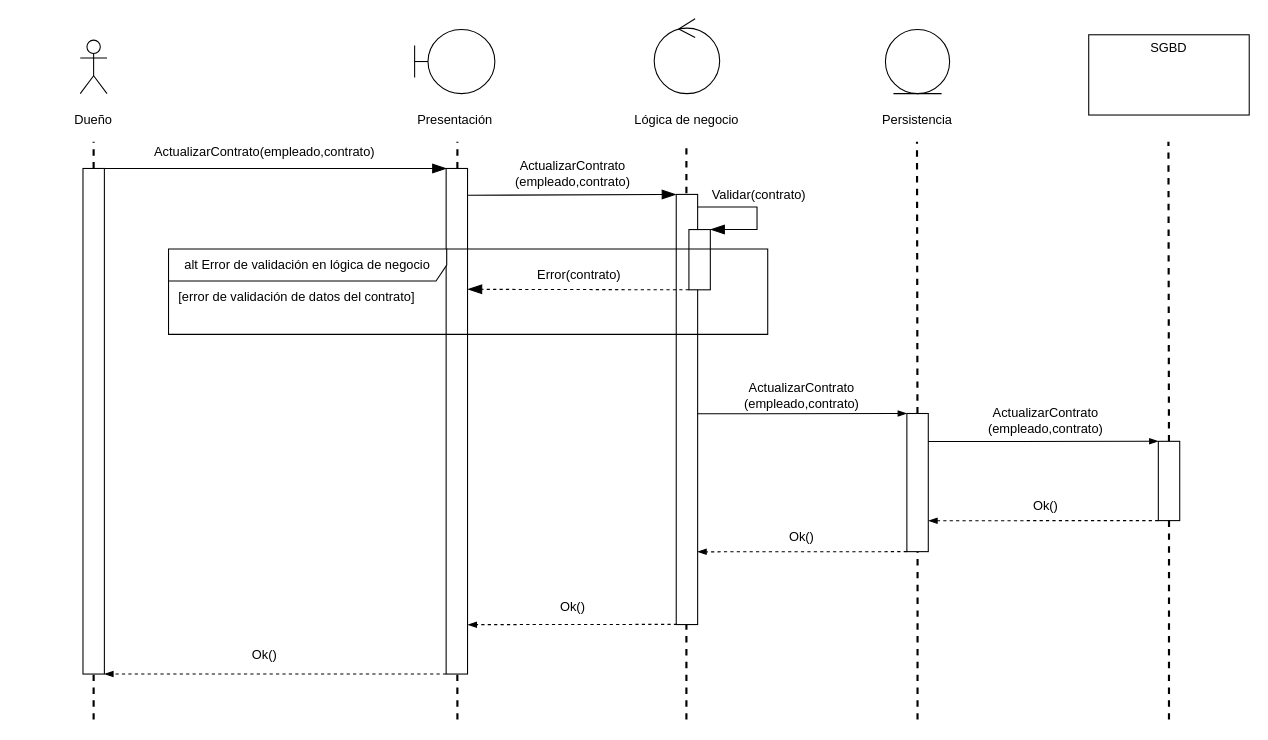
This is diagramas/diagramas de secuencia/ModificarContrato.drawio from felipescalera/Proyecto-IR, a draw.io file, before an edit. Source tidied: cells renumbered, new cells numbered last; positions are measured from the earlier drawing's top-left corner, leaving out a move shared by most shapes. Both pictures are drawn from the tidied source at 107%, with x=0, y=0 at pixel (-159, 18).
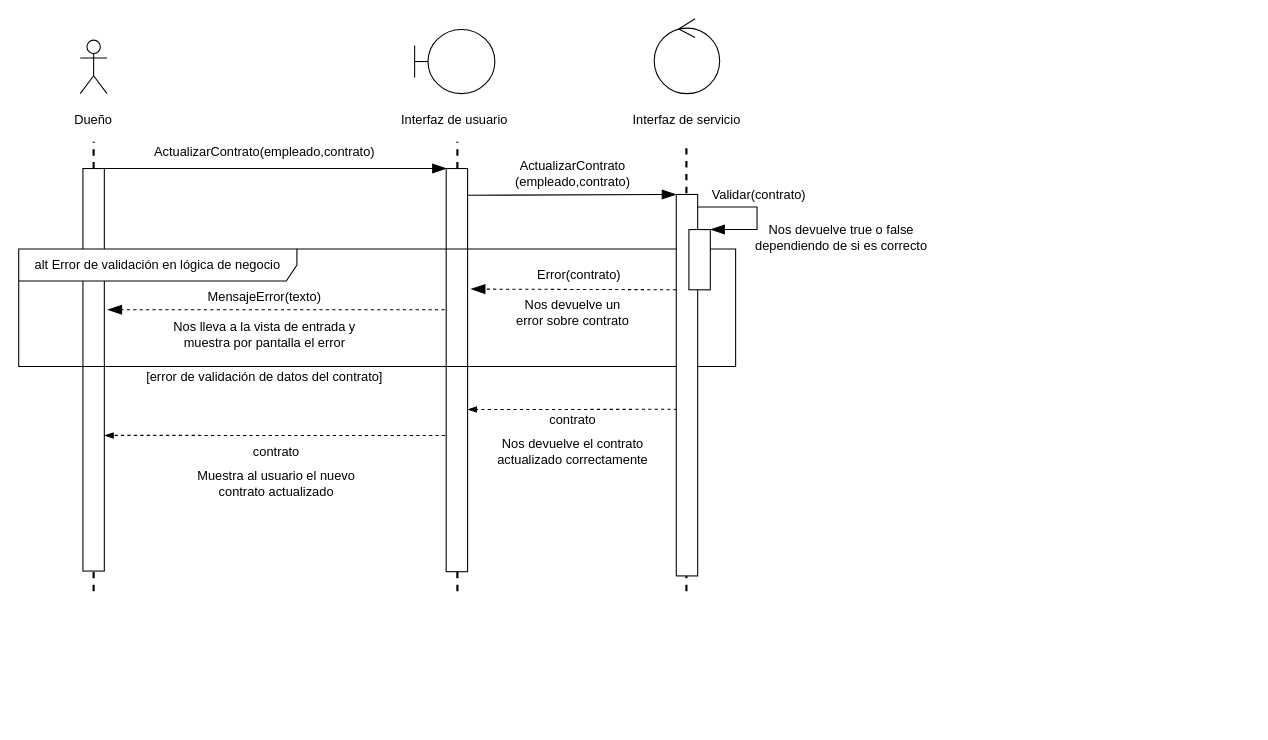
After the change.

Unchanged cells that the change refers to:
```xml
<mxCell id="8" style="group;" parent="1" vertex="1">
  <mxGeometry x="736" width="109" height="105" as="geometry" />
</mxCell>
```

Change to the diagram source:
```diff
@@
-    <mxCell id="2" style="group;" parent="1" vertex="1">
-      <mxGeometry x="1166" y="15" width="150" height="75" as="geometry" />
-    </mxCell>
-    <mxCell id="3" style="rounded=0;whiteSpace=wrap;html=1;fontColor=none;" parent="2" vertex="1">
-      <mxGeometry width="150" height="75" as="geometry" />
-    </mxCell>
-    <mxCell id="4" value="SGBD" style="text;html=1;strokeColor=none;fillColor=none;align=center;verticalAlign=middle;whiteSpace=wrap;rounded=0;fontColor=none;" parent="2" vertex="1">
-      <mxGeometry x="50" width="50" height="25" as="geometry" />
-    </mxCell>
-    <mxCell id="5" style="group;" parent="1" vertex="1">
-      <mxGeometry x="976" y="10" width="60" height="95" as="geometry" />
-    </mxCell>
-    <mxCell id="6" style="ellipse;shape=umlEntity;whiteSpace=wrap;html=1;" parent="5" vertex="1">
-      <mxGeometry width="60" height="60" as="geometry" />
-    </mxCell>
-    <mxCell id="7" value="Persistencia" style="text;html=1;strokeColor=none;fillColor=none;align=center;verticalAlign=middle;whiteSpace=wrap;rounded=0;fontColor=none;" parent="5" vertex="1">
-      <mxGeometry x="10" y="75" width="40" height="20" as="geometry" />
-    </mxCell>
@@
-    <mxCell id="10" value="Lógica de negocio" style="text;html=1;strokeColor=none;fillColor=none;align=center;verticalAlign=middle;whiteSpace=wrap;rounded=0;fontColor=none;" parent="8" vertex="1">
+    <mxCell id="10" value="Interfaz de servicio" style="text;html=1;strokeColor=none;fillColor=none;align=center;verticalAlign=middle;whiteSpace=wrap;rounded=0;fontColor=none;" parent="8" vertex="1">
       <mxGeometry y="85" width="109" height="20" as="geometry" />
     </mxCell>
     <mxCell id="11" style="group;" parent="1" vertex="1">
-      <mxGeometry x="536" y="10" width="75" height="95" as="geometry" />
+      <mxGeometry x="536" y="10" width="120" height="95" as="geometry" />
     </mxCell>
@@
-    <mxCell id="13" value="Presentación" style="text;html=1;strokeColor=none;fillColor=none;align=center;verticalAlign=middle;whiteSpace=wrap;rounded=0;fontColor=none;" parent="11" vertex="1">
-      <mxGeometry x="17.5" y="75" width="40" height="20" as="geometry" />
+    <mxCell id="13" value="Interfaz de usuario" style="text;html=1;strokeColor=none;fillColor=none;align=center;verticalAlign=middle;whiteSpace=wrap;rounded=0;fontColor=none;" parent="11" vertex="1">
+      <mxGeometry x="-13.8" y="75" width="102.5" height="20" as="geometry" />
     </mxCell>
@@
     <mxCell id="15" style="endArrow=none;dashed=1;html=1;fontColor=none;strokeWidth=2;" parent="1" edge="1">
       <mxGeometry relative="1" as="geometry">
-        <mxPoint x="790" y="655" as="sourcePoint" />
+        <mxPoint x="790" y="535" as="sourcePoint" />
         <mxPoint x="790" y="115" as="targetPoint" />
       </mxGeometry>
     </mxCell>
-    <mxCell id="16" style="endArrow=none;dashed=1;html=1;fontColor=none;strokeWidth=2;" parent="1" edge="1" source="37">
-      <mxGeometry relative="1" as="geometry">
-        <mxPoint x="1005.5" y="115" as="targetPoint" />
-      </mxGeometry>
-    </mxCell>
-    <mxCell id="17" style="endArrow=none;dashed=1;html=1;fontColor=none;strokeWidth=2;" parent="1" edge="1" source="41">
-      <mxGeometry relative="1" as="geometry">
-        <mxPoint x="1240.5" y="115" as="targetPoint" />
-      </mxGeometry>
-    </mxCell>
@@
     <mxCell id="22" style="rounded=0;whiteSpace=wrap;html=1;fontColor=none;rotation=90;" parent="1" vertex="1">
-      <mxGeometry x="-0.2" y="366.2" width="472.5" height="20" as="geometry" />
+      <mxGeometry x="47.9" y="318.1" width="376.2" height="20" as="geometry" />
     </mxCell>
     <mxCell id="23" style="endArrow=none;dashed=1;html=1;fontColor=none;strokeWidth=2;" parent="1" edge="1" target="22">
       <mxGeometry relative="1" as="geometry">
-        <mxPoint x="236" y="655" as="sourcePoint" />
+        <mxPoint x="236" y="535" as="sourcePoint" />
       </mxGeometry>
     </mxCell>
     <mxCell id="24" style="rounded=0;whiteSpace=wrap;html=1;fontColor=none;rotation=90;" parent="1" vertex="1">
-      <mxGeometry x="339.2" y="366.2" width="472.5" height="20" as="geometry" />
+      <mxGeometry x="387.1" y="318.4" width="376.8" height="20" as="geometry" />
     </mxCell>
     <mxCell id="25" style="endArrow=none;dashed=1;html=1;fontColor=none;strokeWidth=2;" parent="1" edge="1" target="24">
       <mxGeometry relative="1" as="geometry">
-        <mxPoint x="576" y="655" as="sourcePoint" />
+        <mxPoint x="576" y="535" as="sourcePoint" />
       </mxGeometry>
     </mxCell>
@@
-    <mxCell id="28" style="rounded=0;whiteSpace=wrap;html=1;fontColor=none;rotation=90;" parent="1" vertex="1">
-      <mxGeometry x="589.5" y="355.2" width="402" height="20" as="geometry" />
-    </mxCell>
@@
-    <mxCell id="31" style="rounded=0;whiteSpace=wrap;html=1;fontColor=none;rotation=90;" parent="1" vertex="1">
-      <mxGeometry x="774.2" y="215.2" width="56.3" height="20" as="geometry" />
-    </mxCell>
     <mxCell id="32" value="[error de validación de datos del contrato]" style="text;html=1;strokeColor=none;fillColor=none;align=center;verticalAlign=middle;whiteSpace=wrap;rounded=0;" parent="1" vertex="1">
-      <mxGeometry x="306" y="250.2" width="240" height="20" as="geometry" />
+      <mxGeometry x="276" y="325" width="240" height="20" as="geometry" />
     </mxCell>
@@
-    <mxCell id="35" style="endArrow=blockThin;html=1;strokeWidth=1;fontColor=none;endFill=1;endSize=11;exitX=1;exitY=1;exitDx=0;exitDy=0;entryX=0.239;entryY=-0.006;entryDx=0;entryDy=0;entryPerimeter=0;dashed=1;" parent="1" edge="1" source="31" target="24">
+    <mxCell id="35" style="endArrow=blockThin;html=1;strokeWidth=1;fontColor=none;endFill=1;endSize=11;exitX=1;exitY=1;exitDx=0;exitDy=0;entryX=0.299;entryY=-0.155;entryDx=0;entryDy=0;entryPerimeter=0;dashed=1;" parent="1" edge="1" source="31" target="24">
       <mxGeometry relative="1" as="geometry" />
     </mxCell>
@@
-    <mxCell id="37" style="rounded=0;whiteSpace=wrap;html=1;fontColor=none;rotation=90;" parent="1" vertex="1">
-      <mxGeometry x="941.5" y="423.5" width="129.1" height="20" as="geometry" />
-    </mxCell>
-    <mxCell id="38" style="endArrow=none;dashed=1;html=1;fontColor=none;strokeWidth=2;" parent="1" edge="1" target="37">
-      <mxGeometry relative="1" as="geometry">
-        <mxPoint x="1006" y="655" as="sourcePoint" />
-      </mxGeometry>
-    </mxCell>
-    <mxCell id="39" style="endArrow=blockThin;html=1;endFill=1;exitX=0.51;exitY=0.025;exitDx=0;exitDy=0;exitPerimeter=0;" parent="1" edge="1" source="28">
-      <mxGeometry relative="1" as="geometry">
-        <mxPoint x="996" y="369" as="targetPoint" />
-      </mxGeometry>
-    </mxCell>
-    <mxCell id="40" value="&lt;div&gt;ActualizarContrato&lt;/div&gt;&lt;div&gt;(empleado,contrato)&lt;/div&gt;" style="text;html=1;strokeColor=none;fillColor=none;align=center;verticalAlign=middle;whiteSpace=wrap;rounded=0;" parent="1" vertex="1">
-      <mxGeometry x="878" y="342.2" width="40" height="20" as="geometry" />
-    </mxCell>
-    <mxCell id="41" style="rounded=0;whiteSpace=wrap;html=1;fontColor=none;rotation=90;" parent="1" vertex="1">
-      <mxGeometry x="1204" y="422" width="74.1" height="20" as="geometry" />
-    </mxCell>
-    <mxCell id="42" style="endArrow=none;dashed=1;html=1;fontColor=none;strokeWidth=2;" parent="1" edge="1" target="41">
-      <mxGeometry relative="1" as="geometry">
-        <mxPoint x="1241" y="655" as="sourcePoint" />
-      </mxGeometry>
-    </mxCell>
-    <mxCell id="43" style="endArrow=blockThin;html=1;exitX=1;exitY=0;exitDx=0;exitDy=0;endFill=1;entryX=0;entryY=1;entryDx=0;entryDy=0;" parent="1" edge="1" target="41">
-      <mxGeometry relative="1" as="geometry">
-        <mxPoint x="1016" y="395.1" as="sourcePoint" />
-      </mxGeometry>
-    </mxCell>
-    <mxCell id="44" style="endArrow=blockThin;html=1;exitX=1;exitY=1;exitDx=0;exitDy=0;endFill=1;dashed=1;entryX=0.776;entryY=-0.008;entryDx=0;entryDy=0;entryPerimeter=0;" parent="1" edge="1" source="41" target="37">
-      <mxGeometry relative="1" as="geometry" />
-    </mxCell>
-    <mxCell id="45" value="Ok()" style="text;html=1;strokeColor=none;fillColor=none;align=center;verticalAlign=middle;whiteSpace=wrap;rounded=0;" parent="1" vertex="1">
-      <mxGeometry x="1106" y="446" width="40" height="20" as="geometry" />
-    </mxCell>
-    <mxCell id="46" style="endArrow=blockThin;html=1;exitX=1;exitY=1;exitDx=0;exitDy=0;endFill=1;dashed=1;entryX=0.831;entryY=0.006;entryDx=0;entryDy=0;entryPerimeter=0;" parent="1" edge="1" source="37" target="28">
-      <mxGeometry relative="1" as="geometry" />
-    </mxCell>
-    <mxCell id="47" value="Ok()" style="text;html=1;strokeColor=none;fillColor=none;align=center;verticalAlign=middle;whiteSpace=wrap;rounded=0;" parent="1" vertex="1">
-      <mxGeometry x="878" y="475" width="40" height="20" as="geometry" />
-    </mxCell>
     <mxCell id="48" style="endArrow=blockThin;html=1;exitX=1;exitY=1;exitDx=0;exitDy=0;endFill=1;dashed=1;entryX=0.831;entryY=0.006;entryDx=0;entryDy=0;entryPerimeter=0;" parent="1" edge="1">
       <mxGeometry relative="1" as="geometry">
-        <mxPoint x="781.3" y="566" as="sourcePoint" />
-        <mxPoint x="585.7" y="566.3" as="targetPoint" />
+        <mxPoint x="781.3" y="365" as="sourcePoint" />
+        <mxPoint x="585.7" y="365.3" as="targetPoint" />
       </mxGeometry>
     </mxCell>
-    <mxCell id="49" style="endArrow=blockThin;html=1;exitX=1;exitY=1;exitDx=0;exitDy=0;endFill=1;dashed=1;entryX=1;entryY=0;entryDx=0;entryDy=0;" parent="1" edge="1" source="24" target="22">
+    <mxCell id="49" style="endArrow=blockThin;html=1;exitX=0.662;exitY=1.045;exitDx=0;exitDy=0;endFill=1;dashed=1;entryX=0.663;entryY=-0.01;entryDx=0;entryDy=0;entryPerimeter=0;exitPerimeter=0;" parent="1" edge="1" source="24" target="22">
       <mxGeometry relative="1" as="geometry" />
     </mxCell>
-    <mxCell id="50" value="Ok()" style="text;html=1;strokeColor=none;fillColor=none;align=center;verticalAlign=middle;whiteSpace=wrap;rounded=0;" parent="1" vertex="1">
-      <mxGeometry x="663.5" y="540" width="40" height="20" as="geometry" />
+    <mxCell id="50" value="contrato" style="text;html=1;strokeColor=none;fillColor=none;align=center;verticalAlign=middle;whiteSpace=wrap;rounded=0;" parent="1" vertex="1">
+      <mxGeometry x="663.5" y="365" width="40" height="20" as="geometry" />
     </mxCell>
-    <mxCell id="51" value="Ok()" style="text;html=1;strokeColor=none;fillColor=none;align=center;verticalAlign=middle;whiteSpace=wrap;rounded=0;" parent="1" vertex="1">
-      <mxGeometry x="376" y="585" width="40" height="20" as="geometry" />
+    <mxCell id="51" value="contrato" style="text;html=1;strokeColor=none;fillColor=none;align=center;verticalAlign=middle;whiteSpace=wrap;rounded=0;" parent="1" vertex="1">
+      <mxGeometry x="387.1" y="395" width="40" height="20" as="geometry" />
     </mxCell>
+    <mxCell id="54" value="Nos devuelve true o false dependiendo de si es correcto" style="text;html=1;strokeColor=none;fillColor=none;align=center;verticalAlign=middle;whiteSpace=wrap;rounded=0;" parent="1" vertex="1">
+      <mxGeometry x="845" y="195" width="180" height="20" as="geometry" />
+    </mxCell>
+    <mxCell id="55" style="endArrow=blockThin;html=1;strokeWidth=1;fontColor=none;endFill=1;endSize=11;dashed=1;" parent="1" edge="1">
+      <mxGeometry relative="1" as="geometry">
+        <mxPoint x="564" y="272" as="sourcePoint" />
+        <mxPoint x="249" y="272" as="targetPoint" />
+      </mxGeometry>
+    </mxCell>
+    <mxCell id="56" value="Nos devuelve un error sobre contrato" style="text;html=1;strokeColor=none;fillColor=none;align=center;verticalAlign=middle;whiteSpace=wrap;rounded=0;" parent="1" vertex="1">
+      <mxGeometry x="625.5" y="265" width="116" height="20" as="geometry" />
+    </mxCell>
+    <mxCell id="57" value="MensajeError(texto)" style="text;html=1;strokeColor=none;fillColor=none;align=center;verticalAlign=middle;whiteSpace=wrap;rounded=0;" parent="1" vertex="1">
+      <mxGeometry x="338" y="250.2" width="116" height="20" as="geometry" />
+    </mxCell>
+    <mxCell id="58" value="Nos lleva a la vista de entrada y muestra por pantalla el error" style="text;html=1;strokeColor=none;fillColor=none;align=center;verticalAlign=middle;whiteSpace=wrap;rounded=0;" parent="1" vertex="1">
+      <mxGeometry x="306" y="285" width="180" height="20" as="geometry" />
+    </mxCell>
     <mxCell id="52" value="alt Error de validación en lógica de negocio" style="shape=umlFrame;whiteSpace=wrap;html=1;width=260;height=30;" parent="1" vertex="1">
-      <mxGeometry x="306" y="215.2" width="560" height="79.8" as="geometry" />
+      <mxGeometry x="166" y="215.2" width="670" height="109.8" as="geometry" />
     </mxCell>
-    <mxCell id="53" value="&lt;div&gt;ActualizarContrato&lt;/div&gt;&lt;div&gt;(empleado,contrato)&lt;/div&gt;" style="text;html=1;strokeColor=none;fillColor=none;align=center;verticalAlign=middle;whiteSpace=wrap;rounded=0;" parent="1" vertex="1">
-      <mxGeometry x="1106" y="366.2" width="40" height="20" as="geometry" />
-    </mxCell>
+    <mxCell id="28" style="rounded=0;whiteSpace=wrap;html=1;fontColor=none;rotation=90;" parent="1" vertex="1">
+      <mxGeometry x="612.3" y="332.5" width="356.5" height="20" as="geometry" />
+    </mxCell>
+    <mxCell id="31" style="rounded=0;whiteSpace=wrap;html=1;fontColor=none;rotation=90;" parent="1" vertex="1">
+      <mxGeometry x="774.2" y="215.2" width="56.3" height="20" as="geometry" />
+    </mxCell>
+    <mxCell id="59" value="Nos devuelve el contrato actualizado correctamente" style="text;html=1;strokeColor=none;fillColor=none;align=center;verticalAlign=middle;whiteSpace=wrap;rounded=0;" parent="1" vertex="1">
+      <mxGeometry x="608.5" y="395" width="150" height="20" as="geometry" />
+    </mxCell>
+    <mxCell id="60" value="Muestra al usuario el nuevo contrato actualizado" style="text;html=1;strokeColor=none;fillColor=none;align=center;verticalAlign=middle;whiteSpace=wrap;rounded=0;" parent="1" vertex="1">
+      <mxGeometry x="332.1" y="425" width="150" height="20" as="geometry" />
+    </mxCell>
```
